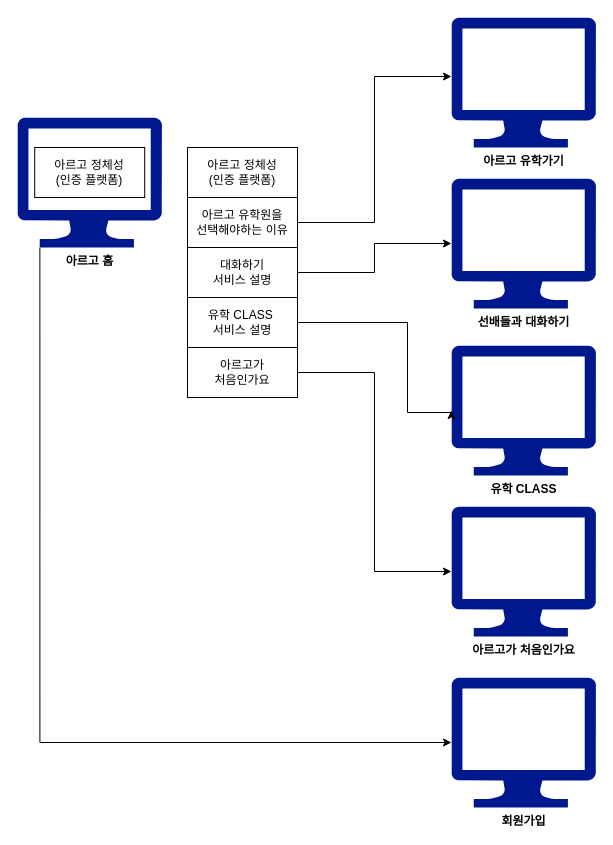
to9passion/testpassion keeps this draw.io diagram as page "단계1" (2 of 5) of crossFunctionalFlow.drawio. Above is the earlier version. Source tidied: cells renumbered, new cells numbered last; positions are measured from the earlier drawing's top-left corner, leaving out a move shared by most shapes. Both pictures are drawn from the tidied source at 100%, with x=0, y=0 at pixel (17, 17).
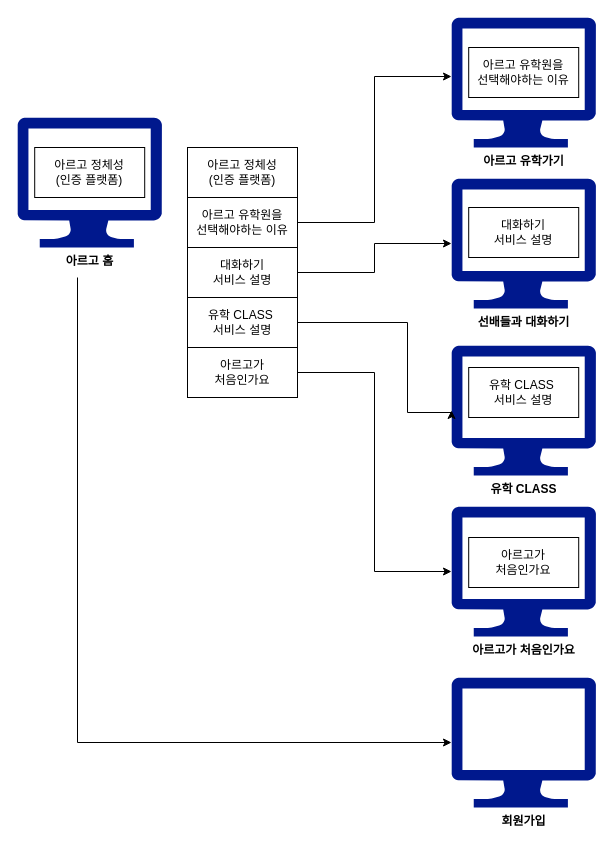
The same page after the edit.

The change refers to these unchanged cells:
```xml
<mxCell id="3" value="아르고 홈" style="sketch=0;shadow=0;dashed=0;html=1;strokeColor=none;labelPosition=center;verticalLabelPosition=bottom;verticalAlign=top;align=center;fillColor=#00188D;shape=mxgraph.azure.computer;fontStyle=1;" parent="1" vertex="1">
  <mxGeometry y="100" width="144.4" height="130" as="geometry" />
</mxCell>
<mxCell id="17" value="회원가입" style="sketch=0;shadow=0;dashed=0;html=1;strokeColor=none;labelPosition=center;verticalLabelPosition=bottom;verticalAlign=top;align=center;fillColor=#00188D;shape=mxgraph.azure.computer;fontStyle=1;" parent="1" vertex="1">
  <mxGeometry x="434" y="660" width="144.4" height="130" as="geometry" />
</mxCell>
```

Change to the diagram source:
```diff
@@
-    <mxCell id="2" style="edgeStyle=orthogonalEdgeStyle;rounded=0;jettySize=auto;html=1;exitX=0.155;exitY=1;exitDx=0;exitDy=0;exitPerimeter=0;entryX=0;entryY=0.5;entryDx=0;entryDy=0;entryPerimeter=0;" parent="1" edge="1" source="3" target="17">
-      <mxGeometry relative="1" as="geometry" />
+    <mxCell id="2" style="edgeStyle=orthogonalEdgeStyle;rounded=0;jettySize=auto;html=1;entryX=0;entryY=0.5;entryDx=0;entryDy=0;entryPerimeter=0;" parent="1" edge="1" target="17">
+      <mxGeometry relative="1" as="geometry">
+        <mxPoint x="60" y="260" as="sourcePoint" />
+        <Array as="points">
+          <mxPoint x="60" y="725" />
+        </Array>
+      </mxGeometry>
     </mxCell>
@@
+    <mxCell id="19" value="아르고 유학원을&lt;br&gt;선택해야하는 이유" style="html=1;whiteSpace=wrap;" parent="1" vertex="1">
+      <mxGeometry x="451.2" y="30" width="110" height="50" as="geometry" />
+    </mxCell>
+    <mxCell id="20" value="대화하기&lt;br&gt;서비스 설명" style="html=1;whiteSpace=wrap;" parent="1" vertex="1">
+      <mxGeometry x="451.2" y="190" width="110" height="50" as="geometry" />
+    </mxCell>
+    <mxCell id="21" value="유학 CLASS&amp;nbsp;&lt;br&gt;서비스 설명" style="html=1;whiteSpace=wrap;" parent="1" vertex="1">
+      <mxGeometry x="451.2" y="350" width="110" height="50" as="geometry" />
+    </mxCell>
+    <mxCell id="22" value="아르고가&lt;br&gt;처음인가요" style="html=1;whiteSpace=wrap;" parent="1" vertex="1">
+      <mxGeometry x="451.2" y="520" width="110" height="50" as="geometry" />
+    </mxCell>
```
